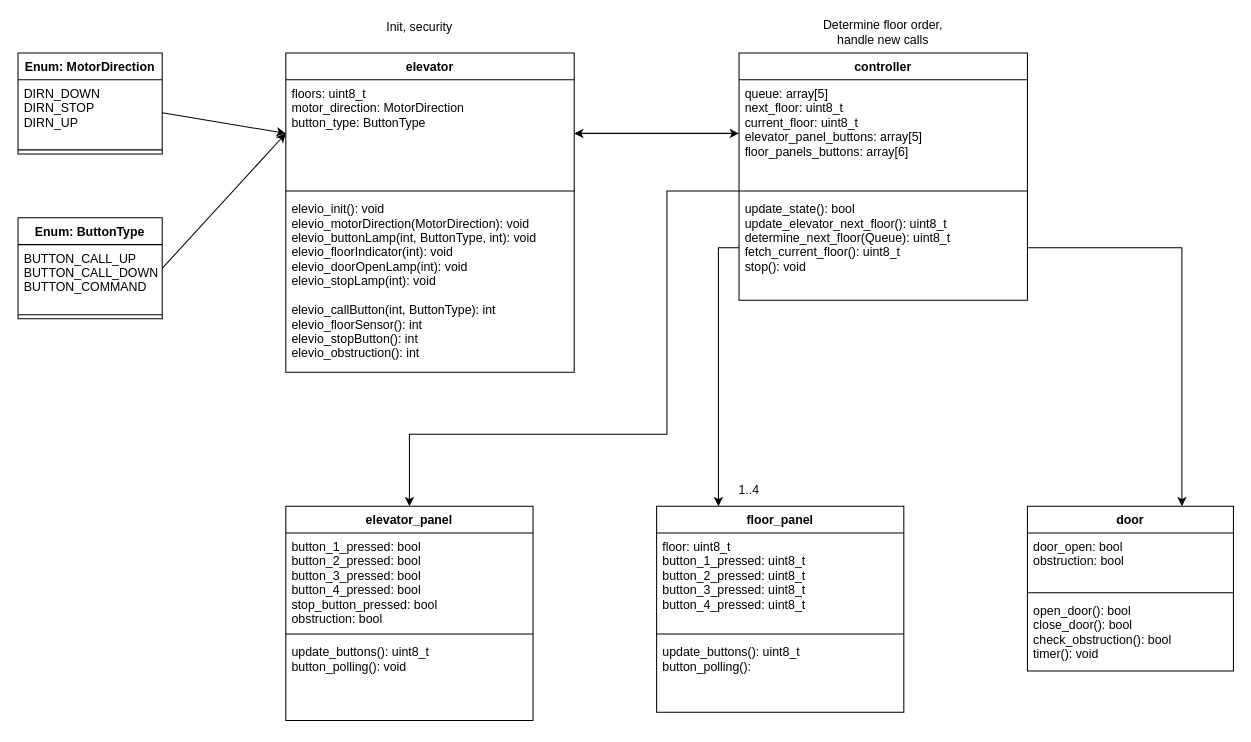
Above: page "Objektdiagram" (3 of 4) of state_machine.drawio in hk-lor/Tilpdat-TTK4235-heis (draw.io), before the change. Source tidied: cells renumbered, new cells numbered last; positions are measured from the earlier drawing's top-left corner, leaving out a move shared by most shapes. Both pictures are drawn from the tidied source at 103%, with x=0, y=0 at pixel (18, 22).
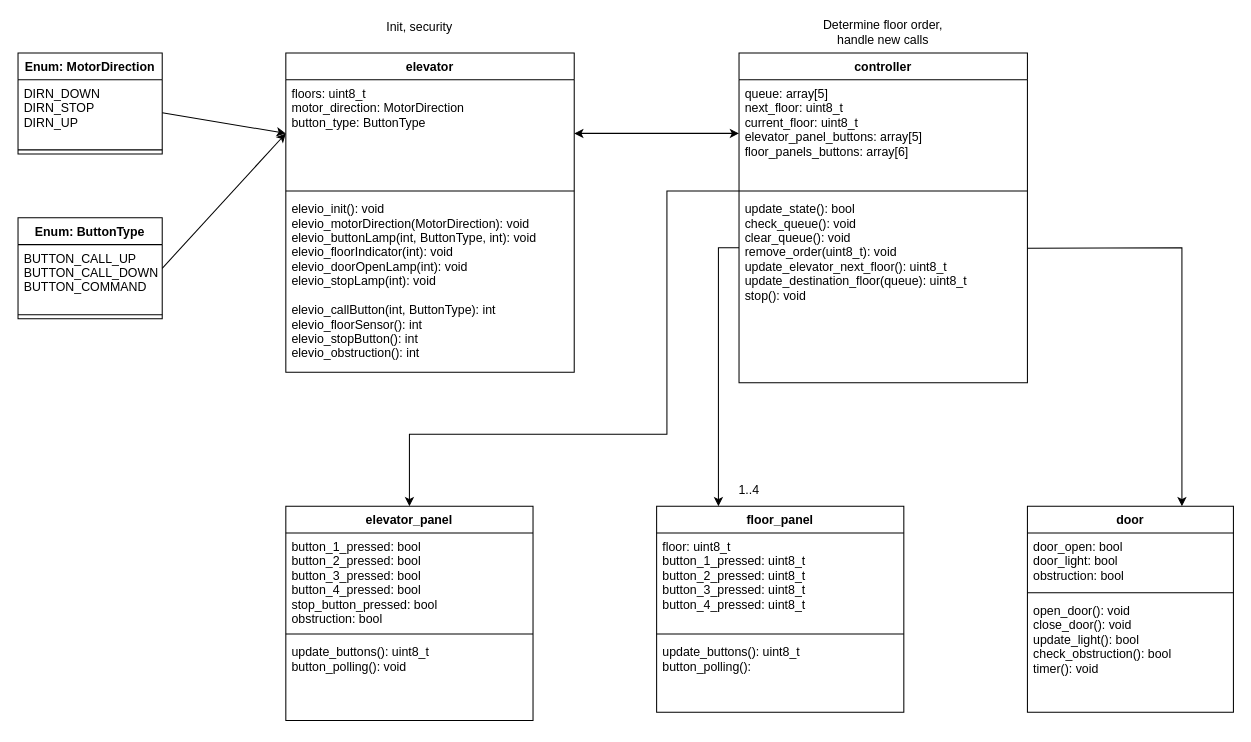
The same diagram, later.

The change refers to these unchanged cells:
```xml
<mxCell id="6" value="floor_panel&#10;&#10;" style="swimlane;fontStyle=1;align=center;verticalAlign=top;horizontal=1;startSize=26;" parent="1" vertex="1">
  <mxGeometry x="620" y="470" width="240" height="200" as="geometry" />
</mxCell>
```

Diff of the diagram source:
```diff
@@
     <mxCell id="14" value="door" style="swimlane;fontStyle=1;align=center;verticalAlign=top;horizontal=1;startSize=26;" parent="1" vertex="1">
-      <mxGeometry x="980" y="470" width="200" height="160" as="geometry" />
+      <mxGeometry x="980" y="470" width="200" height="200" as="geometry" />
     </mxCell>
-    <mxCell id="15" value="door_open: bool&#10;obstruction: bool&#10;" style="text;strokeColor=none;fillColor=none;align=left;verticalAlign=top;spacingLeft=4;spacingRight=4;overflow=hidden;" parent="14" vertex="1">
+    <mxCell id="15" value="door_open: bool&#10;door_light: bool&#10;obstruction: bool&#10;" style="text;strokeColor=none;fillColor=none;align=left;verticalAlign=top;spacingLeft=4;spacingRight=4;overflow=hidden;" parent="14" vertex="1">
       <mxGeometry y="26" width="200" height="54" as="geometry" />
     </mxCell>
@@
-    <mxCell id="17" value="open_door(): bool&#10;close_door(): bool&#10;check_obstruction(): bool&#10;timer(): void" style="text;strokeColor=none;fillColor=none;align=left;verticalAlign=top;spacingLeft=4;spacingRight=4;overflow=hidden;" parent="14" vertex="1">
-      <mxGeometry y="88" width="200" height="72" as="geometry" />
+    <mxCell id="17" value="open_door(): void&#10;close_door(): void&#10;update_light(): bool&#10;check_obstruction(): bool&#10;timer(): void" style="text;strokeColor=none;fillColor=none;align=left;verticalAlign=top;spacingLeft=4;spacingRight=4;overflow=hidden;" parent="14" vertex="1">
+      <mxGeometry y="88" width="200" height="112" as="geometry" />
     </mxCell>
     <mxCell id="18" value="controller&#10;" style="swimlane;fontStyle=1;align=center;verticalAlign=top;horizontal=1;startSize=26;" parent="1" vertex="1">
-      <mxGeometry x="700" y="30" width="280" height="240" as="geometry" />
+      <mxGeometry x="700" y="30" width="280" height="320" as="geometry" />
     </mxCell>
@@
-    <mxCell id="21" value="update_state(): bool&#10;update_elevator_next_floor(): uint8_t&#10;determine_next_floor(Queue): uint8_t&#10;fetch_current_floor(): uint8_t&#10;stop(): void&#10;&#10;" style="text;strokeColor=none;fillColor=none;align=left;verticalAlign=top;spacingLeft=4;spacingRight=4;overflow=hidden;points=[[0,0.5],[1,0.5]];portConstraint=eastwest;" parent="18" vertex="1">
-      <mxGeometry y="138" width="280" height="102" as="geometry" />
+    <mxCell id="21" value="update_state(): bool&#10;check_queue(): void&#10;clear_queue(): void&#10;remove_order(uint8_t): void&#10;update_elevator_next_floor(): uint8_t&#10;update_destination_floor(queue): uint8_t&#10;stop(): void&#10;&#10;" style="text;strokeColor=none;fillColor=none;align=left;verticalAlign=top;spacingLeft=4;spacingRight=4;overflow=hidden;points=[[0,0.5],[1,0.5]];portConstraint=eastwest;" parent="18" vertex="1">
+      <mxGeometry y="138" width="280" height="182" as="geometry" />
     </mxCell>
@@
-    <mxCell id="25" style="endArrow=classic;html=1;rounded=0;entryX=0.25;entryY=0;entryDx=0;entryDy=0;exitX=0;exitY=0.5;exitDx=0;exitDy=0;" parent="1" edge="1" source="21" target="6">
+    <mxCell id="25" style="endArrow=classic;html=1;rounded=0;entryX=0.25;entryY=0;entryDx=0;entryDy=0;" parent="1" edge="1" target="6">
       <mxGeometry relative="1" as="geometry">
+        <mxPoint x="700" y="219" as="sourcePoint" />
         <Array as="points">
           <mxPoint x="680" y="219" />
         </Array>
       </mxGeometry>
     </mxCell>
-    <mxCell id="26" style="endArrow=classic;html=1;rounded=0;exitX=1;exitY=0.5;exitDx=0;exitDy=0;entryX=0.75;entryY=0;entryDx=0;entryDy=0;" parent="1" edge="1" source="21" target="14">
+    <mxCell id="26" style="endArrow=classic;html=1;rounded=0;exitX=1.001;exitY=0.283;exitDx=0;exitDy=0;entryX=0.75;entryY=0;entryDx=0;entryDy=0;exitPerimeter=0;" parent="1" edge="1" source="21" target="14">
       <mxGeometry relative="1" as="geometry">
         <Array as="points">
           <mxPoint x="1130" y="219" />
         </Array>
       </mxGeometry>
     </mxCell>
```
